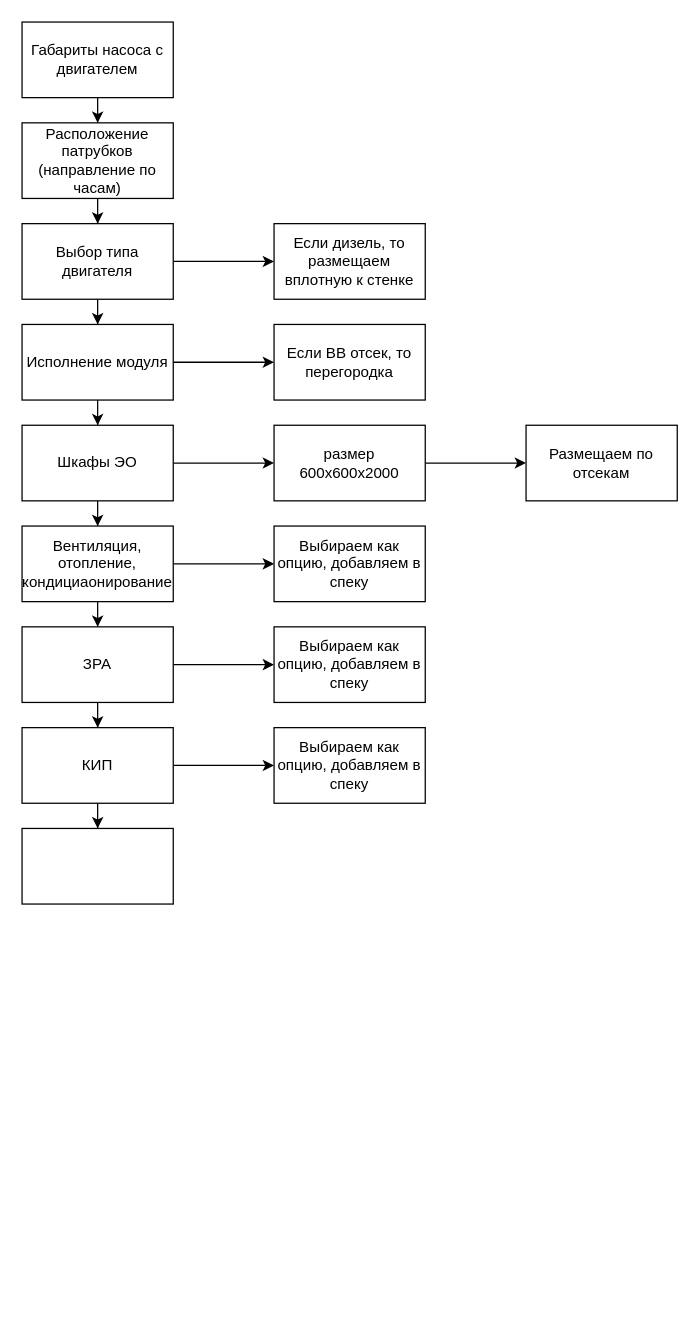
Earlier version of the draw.io diagram page "Приложение конфигуратора (standalone)" (2 of 3) of Компоновщик насосных станций.drawio (andrebuk/temp). Source tidied: cells renumbered, new cells numbered last; positions are measured from the earlier drawing's top-left corner, leaving out a move shared by most shapes. Both pictures are drawn from the tidied source at 126%, with x=0, y=0 at pixel (21, 21).
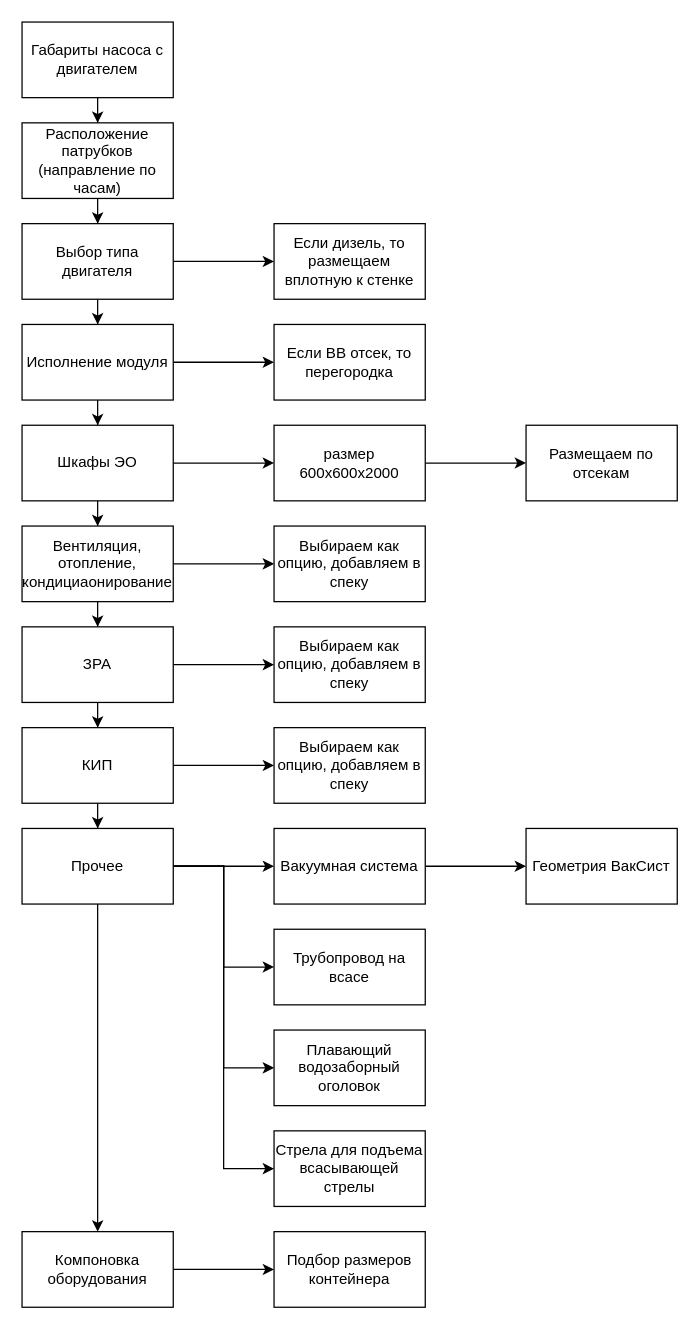
The same page after the edit.

What changed in the source:
```diff
@@
+    <mxCell id="33" style="edgeStyle=orthogonalEdgeStyle;rounded=0;jettySize=auto;html=1;" parent="1" edge="1" source="32" target="39">
+      <mxGeometry relative="1" as="geometry" />
+    </mxCell>
+    <mxCell id="34" style="edgeStyle=orthogonalEdgeStyle;rounded=0;jettySize=auto;html=1;entryX=0;entryY=0.5;entryDx=0;entryDy=0;" parent="1" edge="1" source="32" target="41">
+      <mxGeometry relative="1" as="geometry" />
+    </mxCell>
+    <mxCell id="35" style="edgeStyle=orthogonalEdgeStyle;rounded=0;jettySize=auto;html=1;entryX=0;entryY=0.5;entryDx=0;entryDy=0;" parent="1" edge="1" source="32" target="42">
+      <mxGeometry relative="1" as="geometry" />
+    </mxCell>
+    <mxCell id="36" style="edgeStyle=orthogonalEdgeStyle;rounded=0;jettySize=auto;html=1;entryX=0;entryY=0.5;entryDx=0;entryDy=0;" parent="1" edge="1" source="32" target="43">
+      <mxGeometry relative="1" as="geometry" />
+    </mxCell>
+    <mxCell id="37" style="edgeStyle=orthogonalEdgeStyle;rounded=0;jettySize=auto;html=1;" parent="1" edge="1" source="32" target="45">
+      <mxGeometry relative="1" as="geometry" />
+    </mxCell>
-    <mxCell id="32" style="whiteSpace=wrap;html=1;rounded=0;" parent="1" vertex="1">
+    <mxCell id="32" value="Прочее" style="whiteSpace=wrap;html=1;rounded=0;" parent="1" vertex="1">
       <mxGeometry y="640" width="120" height="60" as="geometry" />
     </mxCell>
+    <mxCell id="38" style="edgeStyle=orthogonalEdgeStyle;rounded=0;jettySize=auto;html=1;" parent="1" edge="1" source="39" target="40">
+      <mxGeometry relative="1" as="geometry" />
+    </mxCell>
+    <mxCell id="39" value="Вакуумная система" style="whiteSpace=wrap;html=1;rounded=0;" parent="1" vertex="1">
+      <mxGeometry x="200" y="640" width="120" height="60" as="geometry" />
+    </mxCell>
+    <mxCell id="40" value="Геометрия ВакСист" style="whiteSpace=wrap;html=1;rounded=0;" parent="1" vertex="1">
+      <mxGeometry x="400" y="640" width="120" height="60" as="geometry" />
+    </mxCell>
+    <mxCell id="41" value="Трубопровод на всасе" style="rounded=0;whiteSpace=wrap;html=1;" parent="1" vertex="1">
+      <mxGeometry x="200" y="720" width="120" height="60" as="geometry" />
+    </mxCell>
+    <mxCell id="42" value="Плавающий водозаборный оголовок" style="rounded=0;whiteSpace=wrap;html=1;" parent="1" vertex="1">
+      <mxGeometry x="200" y="800" width="120" height="60" as="geometry" />
+    </mxCell>
+    <mxCell id="43" value="Стрела для подъема всасывающей стрелы" style="rounded=0;whiteSpace=wrap;html=1;" parent="1" vertex="1">
+      <mxGeometry x="200" y="880" width="120" height="60" as="geometry" />
+    </mxCell>
+    <mxCell id="44" style="edgeStyle=orthogonalEdgeStyle;rounded=0;jettySize=auto;html=1;" parent="1" edge="1" source="45" target="46">
+      <mxGeometry relative="1" as="geometry" />
+    </mxCell>
+    <mxCell id="45" value="Компоновка оборудования" style="whiteSpace=wrap;html=1;rounded=0;" parent="1" vertex="1">
+      <mxGeometry y="960" width="120" height="60" as="geometry" />
+    </mxCell>
+    <mxCell id="46" value="Подбор размеров контейнера" style="whiteSpace=wrap;html=1;rounded=0;" parent="1" vertex="1">
+      <mxGeometry x="200" y="960" width="120" height="60" as="geometry" />
+    </mxCell>
```
